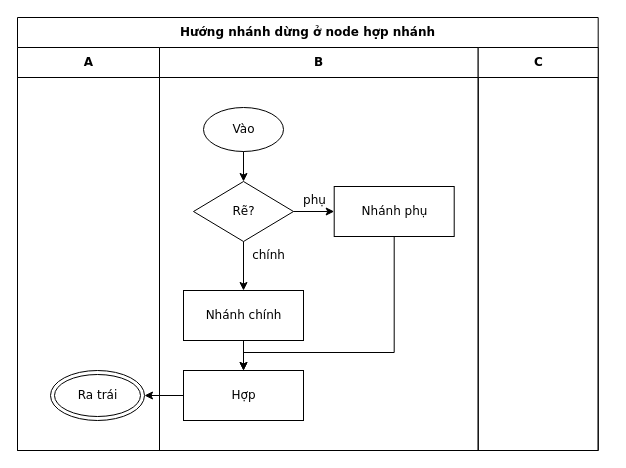
luytbq/flowcast keeps this draw.io diagram as conformance/golden/optimize/cases-43-place-drift-stops-at-merge.drawio. Above is the earlier version. Source tidied: cells renumbered, new cells numbered last; positions are measured from the earlier drawing's top-left corner, leaving out a move shared by most shapes. Both pictures are drawn from the tidied source at 100%, with x=0, y=0 at pixel (17, 17).
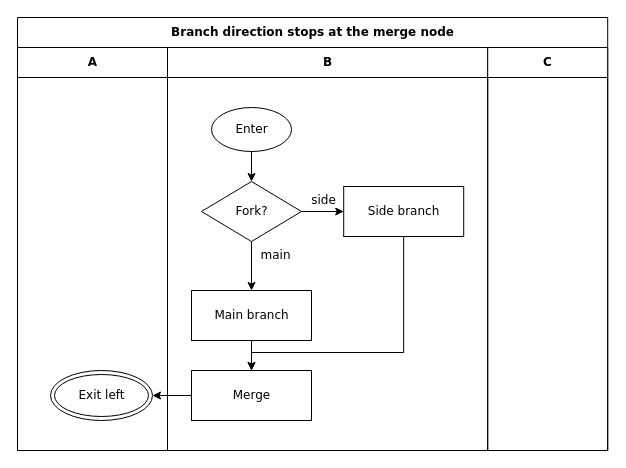
Above is the later version.

Change to the diagram source:
```diff
@@
-    <mxCell id="2" value="Hướng nhánh dừng ở node hợp nhánh" style="swimlane;html=1;startSize=30;fontStyle=1;fontFamily=Verdana;fontSize=12;flowtable=1;" parent="1" vertex="1">
-      <mxGeometry width="580.7" height="433" as="geometry" />
+    <mxCell id="2" value="Branch direction stops at the merge node" style="swimlane;html=1;startSize=30;fontStyle=1;fontFamily=Verdana;fontSize=12;flowtable=1;" parent="1" vertex="1">
+      <mxGeometry width="590.2" height="433" as="geometry" />
     </mxCell>
     <mxCell id="3" value="A" style="swimlane;html=1;startSize=30;fontFamily=Verdana;fontSize=12;flowtable=1;" parent="2" vertex="1">
-      <mxGeometry y="30" width="142" height="403" as="geometry" />
+      <mxGeometry y="30" width="150" height="403" as="geometry" />
     </mxCell>
     <mxCell id="4" value="B" style="swimlane;html=1;startSize=30;fontFamily=Verdana;fontSize=12;flowtable=1;" parent="2" vertex="1">
-      <mxGeometry x="142" y="30" width="318.7" height="403" as="geometry" />
+      <mxGeometry x="150" y="30" width="320.2" height="403" as="geometry" />
     </mxCell>
     <mxCell id="5" value="C" style="swimlane;html=1;startSize=30;fontFamily=Verdana;fontSize=12;flowtable=1;" parent="2" vertex="1">
-      <mxGeometry x="460.7" y="30" width="120" height="403" as="geometry" />
+      <mxGeometry x="470.2" y="30" width="120" height="403" as="geometry" />
     </mxCell>
-    <mxCell id="6" value="Vào" style="ellipse;html=1;fontFamily=Verdana;fontSize=12;flowtable=1;" parent="4" vertex="1">
+    <mxCell id="6" value="Enter" style="ellipse;html=1;fontFamily=Verdana;fontSize=12;flowtable=1;" parent="4" vertex="1">
       <mxGeometry x="44" y="60" width="80" height="44" as="geometry" />
     </mxCell>
-    <mxCell id="7" value="Rẽ?" style="rhombus;html=1;fontFamily=Verdana;fontSize=12;flowtable=1;" parent="4" vertex="1">
+    <mxCell id="7" value="Fork?" style="rhombus;html=1;fontFamily=Verdana;fontSize=12;flowtable=1;" parent="4" vertex="1">
       <mxGeometry x="34" y="134" width="100" height="60" as="geometry" />
     </mxCell>
-    <mxCell id="8" value="Nhánh phụ" style="rounded=0;html=1;fontFamily=Verdana;fontSize=12;flowtable=1;" parent="4" vertex="1">
-      <mxGeometry x="174.7" y="139" width="120" height="50" as="geometry" />
+    <mxCell id="8" value="Side branch" style="rounded=0;html=1;fontFamily=Verdana;fontSize=12;flowtable=1;" parent="4" vertex="1">
+      <mxGeometry x="176.2" y="139" width="120" height="50" as="geometry" />
     </mxCell>
-    <mxCell id="9" value="Nhánh chính" style="rounded=0;html=1;fontFamily=Verdana;fontSize=12;flowtable=1;" parent="4" vertex="1">
+    <mxCell id="9" value="Main branch" style="rounded=0;html=1;fontFamily=Verdana;fontSize=12;flowtable=1;" parent="4" vertex="1">
       <mxGeometry x="24" y="243" width="120" height="50" as="geometry" />
     </mxCell>
-    <mxCell id="10" value="Hợp" style="rounded=0;html=1;fontFamily=Verdana;fontSize=12;flowtable=1;" parent="4" vertex="1">
+    <mxCell id="10" value="Merge" style="rounded=0;html=1;fontFamily=Verdana;fontSize=12;flowtable=1;" parent="4" vertex="1">
       <mxGeometry x="24" y="323" width="120" height="50" as="geometry" />
     </mxCell>
-    <mxCell id="11" value="Ra trái" style="shape=doubleEllipse;html=1;fontFamily=Verdana;fontSize=12;flowtable=1;" parent="3" vertex="1">
-      <mxGeometry x="33" y="323" width="94" height="50" as="geometry" />
+    <mxCell id="11" value="Exit left" style="shape=doubleEllipse;html=1;fontFamily=Verdana;fontSize=12;flowtable=1;" parent="3" vertex="1">
+      <mxGeometry x="33" y="323" width="102" height="50" as="geometry" />
     </mxCell>
@@
-    <mxCell id="13" value="phụ" style="edgeStyle=orthogonalEdgeStyle;rounded=0;jettySize=auto;html=1;labelBackgroundColor=default;exitX=1;exitY=0.5;exitDx=0;exitDy=0;entryX=0;entryY=0.5;entryDx=0;entryDy=0;fontFamily=Verdana;fontSize=12;flowtable=1;" parent="2" edge="1" source="7" target="8">
+    <mxCell id="13" value="side" style="edgeStyle=orthogonalEdgeStyle;rounded=0;jettySize=auto;html=1;labelBackgroundColor=default;exitX=1;exitY=0.5;exitDx=0;exitDy=0;entryX=0;entryY=0.5;entryDx=0;entryDy=0;fontFamily=Verdana;fontSize=12;flowtable=1;" parent="2" edge="1" source="7" target="8">
       <mxGeometry x="0.05" relative="1" as="geometry">
         <mxPoint y="-11.5" as="offset" />
       </mxGeometry>
     </mxCell>
-    <mxCell id="14" value="chính" style="edgeStyle=orthogonalEdgeStyle;rounded=0;jettySize=auto;html=1;labelBackgroundColor=default;exitX=0.5;exitY=1;exitDx=0;exitDy=0;entryX=0.5;entryY=0;entryDx=0;entryDy=0;fontFamily=Verdana;fontSize=12;flowtable=1;" parent="2" edge="1" source="7" target="9">
+    <mxCell id="14" value="main" style="edgeStyle=orthogonalEdgeStyle;rounded=0;jettySize=auto;html=1;labelBackgroundColor=default;exitX=0.5;exitY=1;exitDx=0;exitDy=0;entryX=0.5;entryY=0;entryDx=0;entryDy=0;fontFamily=Verdana;fontSize=12;flowtable=1;" parent="2" edge="1" source="7" target="9">
       <mxGeometry x="-0.41" relative="1" as="geometry">
-        <mxPoint x="25.2" as="offset" />
+        <mxPoint x="23.9" as="offset" />
       </mxGeometry>
     </mxCell>
     <mxCell id="15" style="edgeStyle=orthogonalEdgeStyle;rounded=0;jettySize=auto;html=1;labelBackgroundColor=default;exitX=0.5;exitY=1;exitDx=0;exitDy=0;entryX=0.5;entryY=0;entryDx=0;entryDy=0;fontFamily=Verdana;fontSize=12;flowtable=1;" parent="2" edge="1" source="8" target="10">
       <mxGeometry relative="1" as="geometry">
         <Array as="points">
-          <mxPoint x="376.7" y="335" />
-          <mxPoint x="226" y="335" />
+          <mxPoint x="386.2" y="335" />
+          <mxPoint x="234" y="335" />
         </Array>
       </mxGeometry>
     </mxCell>
```
